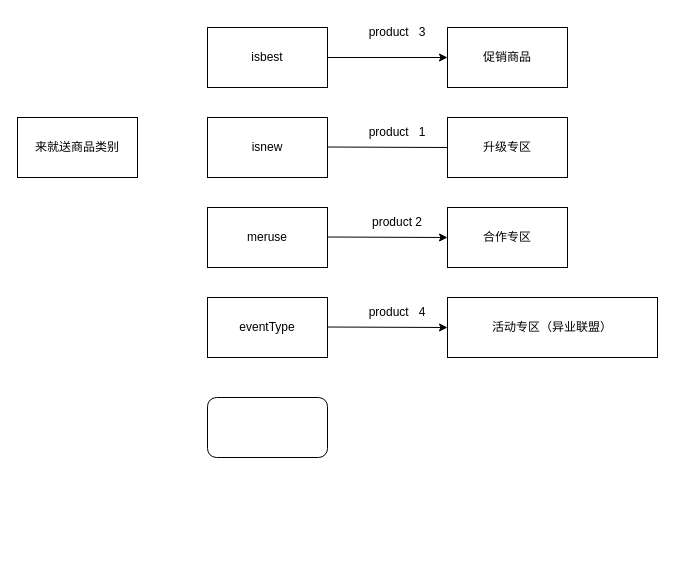
lijiajiegithub/flowChart keeps this draw.io diagram as 来就送商品类别.drawio. Above is the earlier version. Source tidied: cells renumbered, new cells numbered last; positions are measured from the earlier drawing's top-left corner, leaving out a move shared by most shapes. Both pictures are drawn from the tidied source at 100%, with x=0, y=0 at pixel (17, 17).
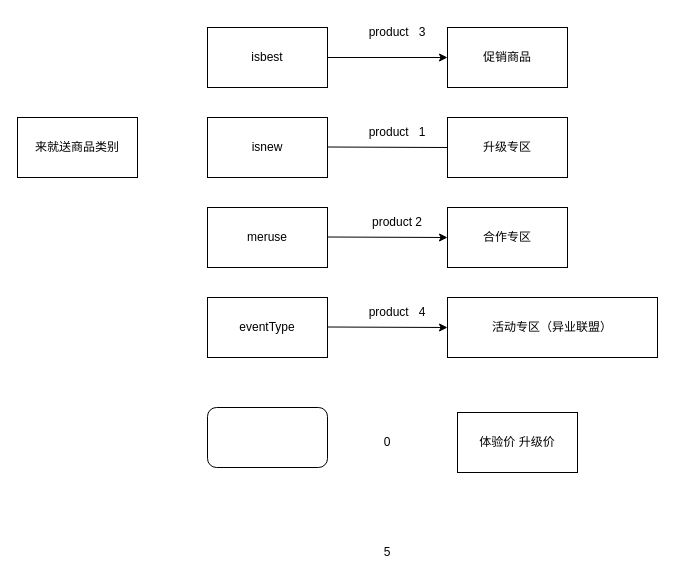
After the change.

Commit message (it also covers changes not shown here):
更新来就送商品类别.drawio

Diff of the diagram source:
```diff
@@
     <mxCell id="4" style="rounded=1;whiteSpace=wrap;html=1;" parent="1" vertex="1">
-      <mxGeometry x="190" y="380" width="120" height="60" as="geometry" />
+      <mxGeometry x="190" y="390" width="120" height="60" as="geometry" />
     </mxCell>
@@
+    <mxCell id="20" value="0" style="text;strokeColor=none;align=center;fillColor=none;html=1;verticalAlign=middle;whiteSpace=wrap;rounded=0;" parent="1" vertex="1">
+      <mxGeometry x="340" y="410" width="60" height="30" as="geometry" />
+    </mxCell>
+    <mxCell id="21" value="体验价 升级价" style="rounded=0;whiteSpace=wrap;html=1;" parent="1" vertex="1">
+      <mxGeometry x="440" y="395" width="120" height="60" as="geometry" />
+    </mxCell>
+    <mxCell id="22" value="5" style="text;strokeColor=none;align=center;fillColor=none;html=1;verticalAlign=middle;whiteSpace=wrap;rounded=0;" parent="1" vertex="1">
+      <mxGeometry x="340" y="520" width="60" height="30" as="geometry" />
+    </mxCell>
```
